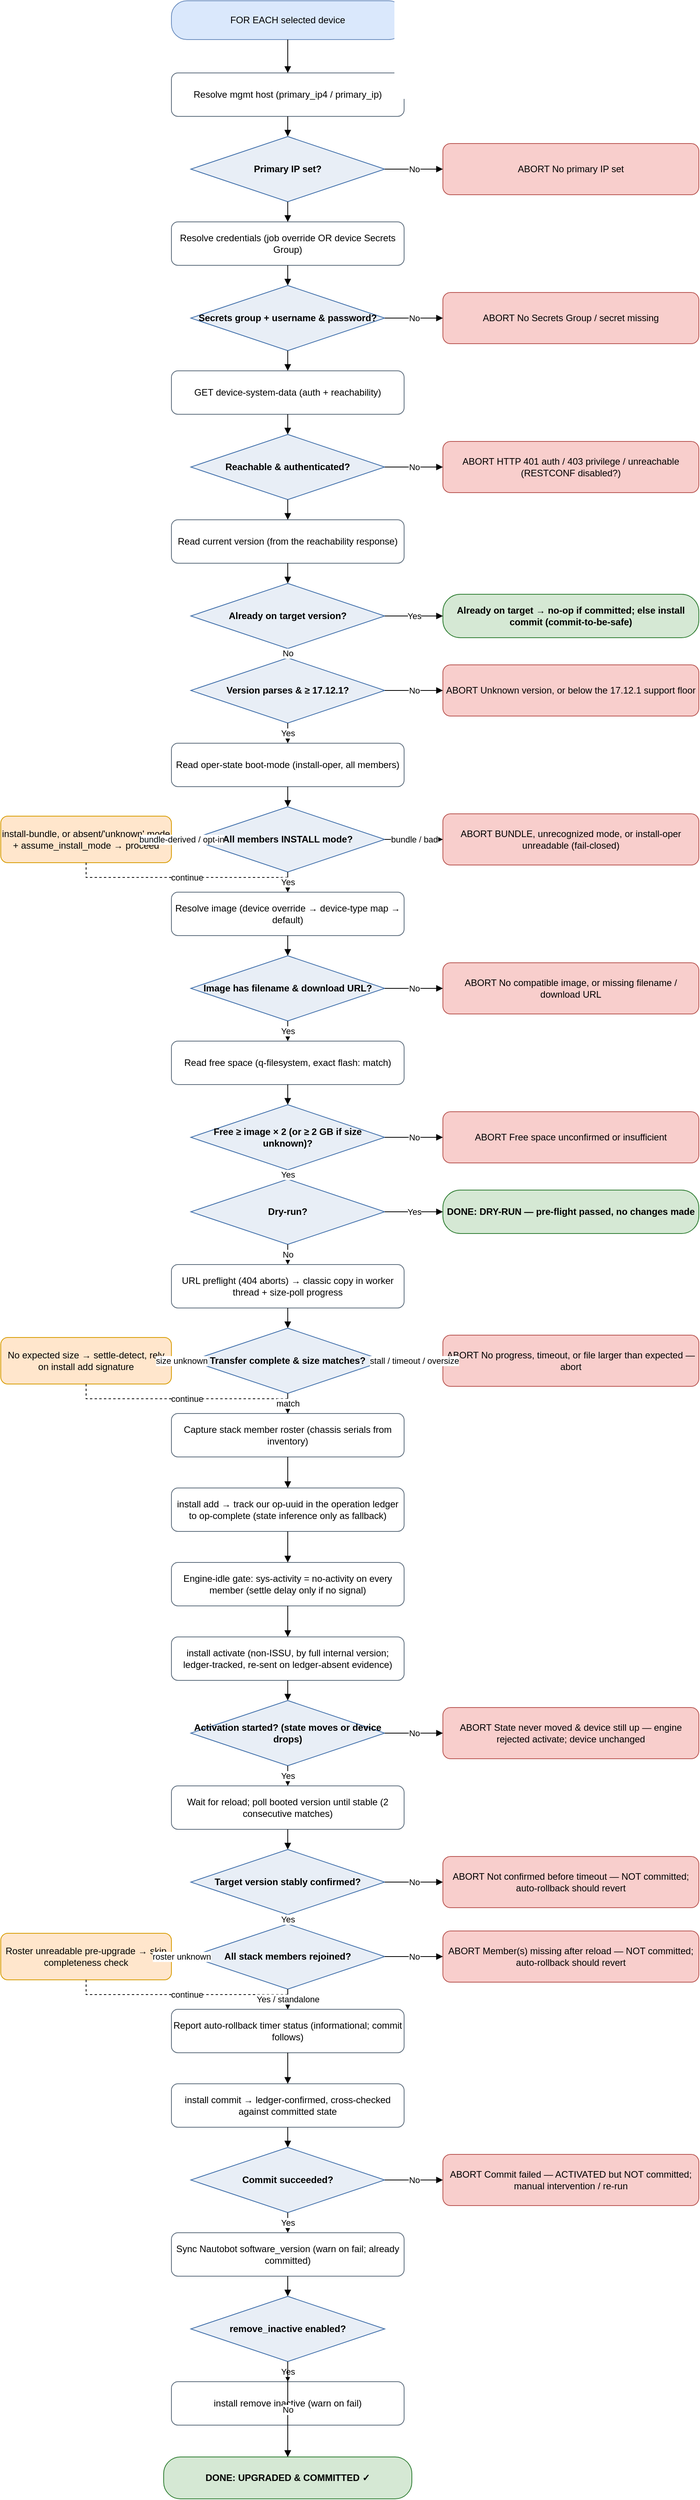
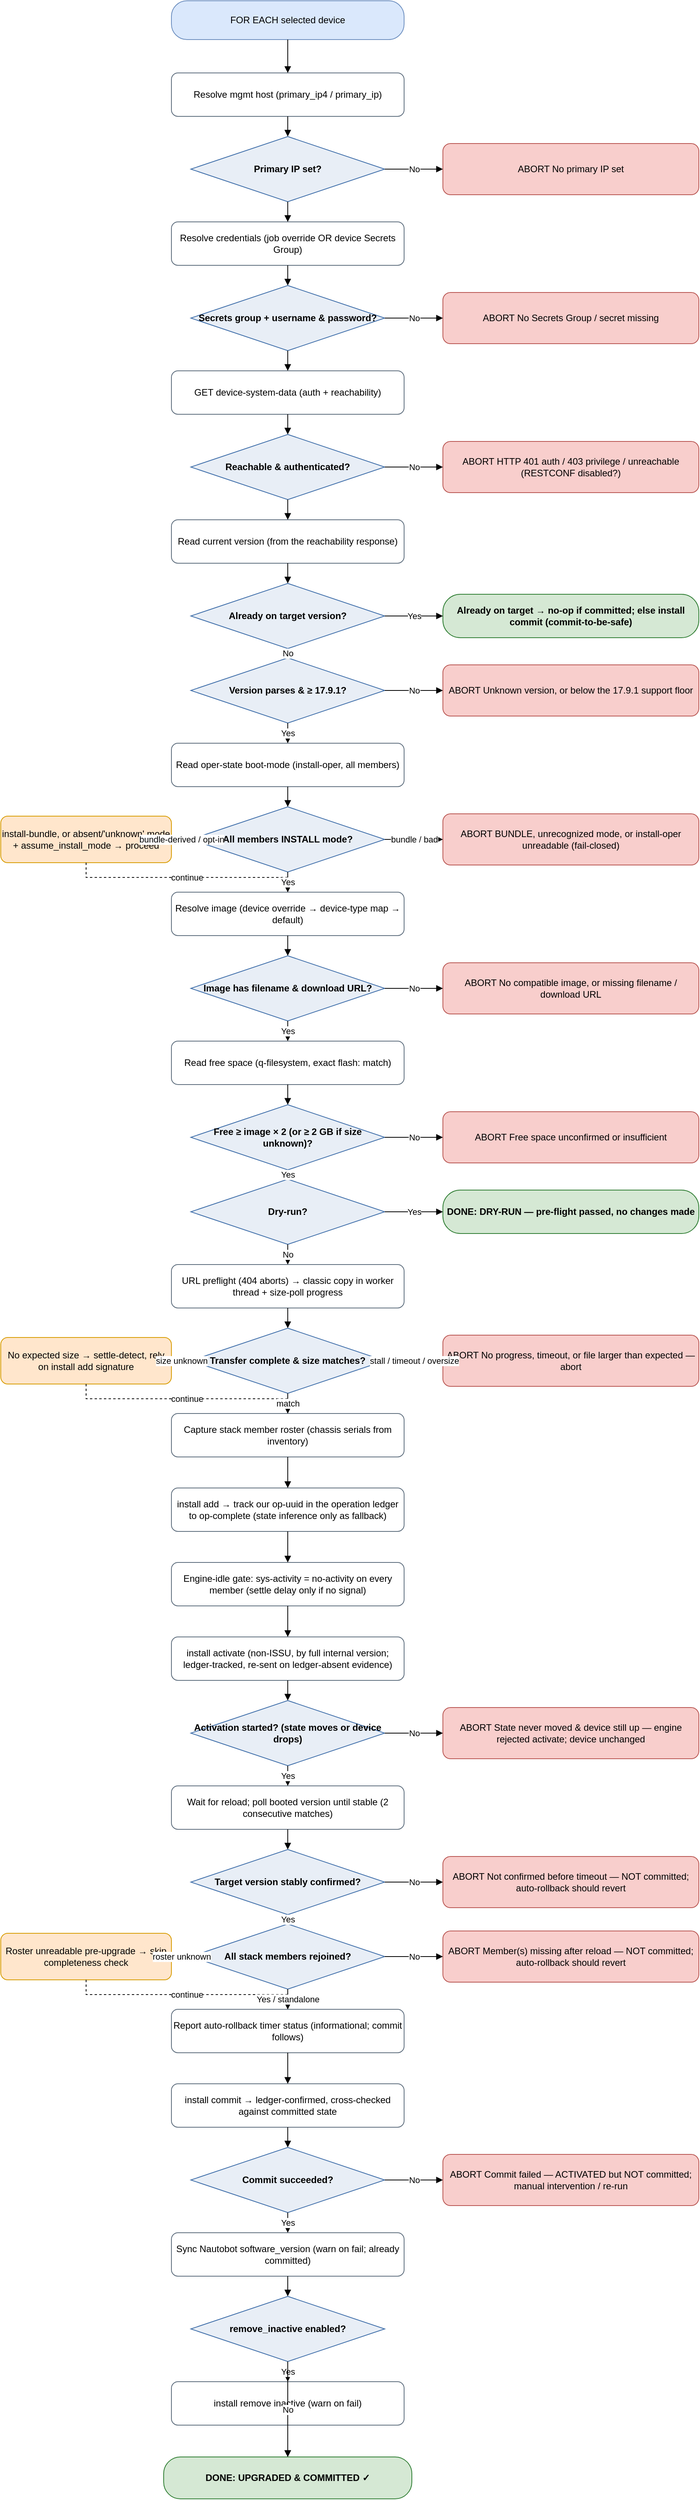
<mxfile host="app.diagrams.net" type="device">
  <diagram name="IOS-XE upgrade flow" id="iosxe-upgrade-flow">
    <mxGraphModel dx="1000" dy="2000" grid="1" gridSize="10" guides="1" tooltips="1"
        connect="1" arrows="1" fold="1" page="1" pageScale="1" math="0" shadow="0">
      <root>
        <mxCell id="0"/>
        <mxCell id="1" parent="0"/>
        <mxCell id="start" value="FOR EACH selected device" style="rounded=1;arcSize=40;whiteSpace=wrap;html=1;fillColor=#DAE8FC;strokeColor=#6C8EBF;" vertex="1" parent="1"><mxGeometry x="250" y="31" width="300" height="50" as="geometry"/></mxCell>
        <mxCell id="host" value="Resolve mgmt host&amp;#10;(primary_ip4 / primary_ip)" style="rounded=1;whiteSpace=wrap;html=1;fillColor=#FFFFFF;strokeColor=#5B6B7B;" vertex="1" parent="1"><mxGeometry x="250" y="124" width="300" height="56" as="geometry"/></mxCell>
        <mxCell id="d_ip" value="Primary IP set?" style="rhombus;whiteSpace=wrap;html=1;fillColor=#E8EEF6;strokeColor=#3C6CA8;fontStyle=1;" vertex="1" parent="1"><mxGeometry x="275" y="206" width="250" height="84" as="geometry"/></mxCell>
        <mxCell id="cred" value="Resolve credentials&amp;#10;(job override OR device Secrets Group)" style="rounded=1;whiteSpace=wrap;html=1;fillColor=#FFFFFF;strokeColor=#5B6B7B;" vertex="1" parent="1"><mxGeometry x="250" y="316" width="300" height="56" as="geometry"/></mxCell>
        <mxCell id="d_cred" value="Secrets group +&amp;#10;username &amp; password?" style="rhombus;whiteSpace=wrap;html=1;fillColor=#E8EEF6;strokeColor=#3C6CA8;fontStyle=1;" vertex="1" parent="1"><mxGeometry x="275" y="398" width="250" height="84" as="geometry"/></mxCell>
        <mxCell id="reach" value="GET device-system-data&amp;#10;(auth + reachability)" style="rounded=1;whiteSpace=wrap;html=1;fillColor=#FFFFFF;strokeColor=#5B6B7B;" vertex="1" parent="1"><mxGeometry x="250" y="508" width="300" height="56" as="geometry"/></mxCell>
        <mxCell id="d_reach" value="Reachable &amp;&amp;#10;authenticated?" style="rhombus;whiteSpace=wrap;html=1;fillColor=#E8EEF6;strokeColor=#3C6CA8;fontStyle=1;" vertex="1" parent="1"><mxGeometry x="275" y="590" width="250" height="84" as="geometry"/></mxCell>
        <mxCell id="curr" value="Read current version&amp;#10;(from the reachability response)" style="rounded=1;whiteSpace=wrap;html=1;fillColor=#FFFFFF;strokeColor=#5B6B7B;" vertex="1" parent="1"><mxGeometry x="250" y="700" width="300" height="56" as="geometry"/></mxCell>
        <mxCell id="d_target" value="Already on&amp;#10;target version?" style="rhombus;whiteSpace=wrap;html=1;fillColor=#E8EEF6;strokeColor=#3C6CA8;fontStyle=1;" vertex="1" parent="1"><mxGeometry x="275" y="782" width="250" height="84" as="geometry"/></mxCell>
-         <mxCell id="d_floor" value="Version parses&amp;#10;&amp; ≥ 17.12.1?" style="rhombus;whiteSpace=wrap;html=1;fillColor=#E8EEF6;strokeColor=#3C6CA8;fontStyle=1;" vertex="1" parent="1"><mxGeometry x="275" y="878" width="250" height="84" as="geometry"/></mxCell>
+         <mxCell id="d_floor" value="Version parses&amp;#10;&amp; ≥ 17.9.1?" style="rhombus;whiteSpace=wrap;html=1;fillColor=#E8EEF6;strokeColor=#3C6CA8;fontStyle=1;" vertex="1" parent="1"><mxGeometry x="275" y="878" width="250" height="84" as="geometry"/></mxCell>
        <mxCell id="mode" value="Read oper-state boot-mode&amp;#10;(install-oper, all members)" style="rounded=1;whiteSpace=wrap;html=1;fillColor=#FFFFFF;strokeColor=#5B6B7B;" vertex="1" parent="1"><mxGeometry x="250" y="988" width="300" height="56" as="geometry"/></mxCell>
        <mxCell id="d_mode" value="All members&amp;#10;INSTALL mode?" style="rhombus;whiteSpace=wrap;html=1;fillColor=#E8EEF6;strokeColor=#3C6CA8;fontStyle=1;" vertex="1" parent="1"><mxGeometry x="275" y="1070" width="250" height="84" as="geometry"/></mxCell>
        <mxCell id="img" value="Resolve image (device override →&amp;#10;device-type map → default)" style="rounded=1;whiteSpace=wrap;html=1;fillColor=#FFFFFF;strokeColor=#5B6B7B;" vertex="1" parent="1"><mxGeometry x="250" y="1180" width="300" height="56" as="geometry"/></mxCell>
        <mxCell id="d_img" value="Image has filename&amp;#10;&amp; download URL?" style="rhombus;whiteSpace=wrap;html=1;fillColor=#E8EEF6;strokeColor=#3C6CA8;fontStyle=1;" vertex="1" parent="1"><mxGeometry x="275" y="1262" width="250" height="84" as="geometry"/></mxCell>
        <mxCell id="space" value="Read free space&amp;#10;(q-filesystem, exact flash: match)" style="rounded=1;whiteSpace=wrap;html=1;fillColor=#FFFFFF;strokeColor=#5B6B7B;" vertex="1" parent="1"><mxGeometry x="250" y="1372" width="300" height="56" as="geometry"/></mxCell>
        <mxCell id="d_space" value="Free ≥ image × 2&amp;#10;(or ≥ 2 GB if size unknown)?" style="rhombus;whiteSpace=wrap;html=1;fillColor=#E8EEF6;strokeColor=#3C6CA8;fontStyle=1;" vertex="1" parent="1"><mxGeometry x="275" y="1454" width="250" height="84" as="geometry"/></mxCell>
        <mxCell id="d_dry" value="Dry-run?" style="rhombus;whiteSpace=wrap;html=1;fillColor=#E8EEF6;strokeColor=#3C6CA8;fontStyle=1;" vertex="1" parent="1"><mxGeometry x="275" y="1550" width="250" height="84" as="geometry"/></mxCell>
        <mxCell id="copy" value="URL preflight (404 aborts) → classic copy&amp;#10;in worker thread + size-poll progress" style="rounded=1;whiteSpace=wrap;html=1;fillColor=#FFFFFF;strokeColor=#5B6B7B;" vertex="1" parent="1"><mxGeometry x="250" y="1660" width="300" height="56" as="geometry"/></mxCell>
        <mxCell id="d_size" value="Transfer complete&amp;#10;&amp; size matches?" style="rhombus;whiteSpace=wrap;html=1;fillColor=#E8EEF6;strokeColor=#3C6CA8;fontStyle=1;" vertex="1" parent="1"><mxGeometry x="275" y="1742" width="250" height="84" as="geometry"/></mxCell>
        <mxCell id="roster" value="Capture stack member roster&amp;#10;(chassis serials from inventory)" style="rounded=1;whiteSpace=wrap;html=1;fillColor=#FFFFFF;strokeColor=#5B6B7B;" vertex="1" parent="1"><mxGeometry x="250" y="1852" width="300" height="56" as="geometry"/></mxCell>
        <mxCell id="add" value="install add → track our op-uuid in the&amp;#10;operation ledger to op-complete&amp;#10;(state inference only as fallback)" style="rounded=1;whiteSpace=wrap;html=1;fillColor=#FFFFFF;strokeColor=#5B6B7B;" vertex="1" parent="1"><mxGeometry x="250" y="1948" width="300" height="56" as="geometry"/></mxCell>
        <mxCell id="idle" value="Engine-idle gate: sys-activity =&amp;#10;no-activity on every member&amp;#10;(settle delay only if no signal)" style="rounded=1;whiteSpace=wrap;html=1;fillColor=#FFFFFF;strokeColor=#5B6B7B;" vertex="1" parent="1"><mxGeometry x="250" y="2044" width="300" height="56" as="geometry"/></mxCell>
        <mxCell id="act" value="install activate (non-ISSU, by full internal&amp;#10;version; ledger-tracked,&amp;#10;re-sent on ledger-absent evidence)" style="rounded=1;whiteSpace=wrap;html=1;fillColor=#FFFFFF;strokeColor=#5B6B7B;" vertex="1" parent="1"><mxGeometry x="250" y="2140" width="300" height="56" as="geometry"/></mxCell>
        <mxCell id="d_act" value="Activation started?&amp;#10;(state moves or device drops)" style="rhombus;whiteSpace=wrap;html=1;fillColor=#E8EEF6;strokeColor=#3C6CA8;fontStyle=1;" vertex="1" parent="1"><mxGeometry x="275" y="2222" width="250" height="84" as="geometry"/></mxCell>
        <mxCell id="waitc" value="Wait for reload; poll booted version&amp;#10;until stable (2 consecutive matches)" style="rounded=1;whiteSpace=wrap;html=1;fillColor=#FFFFFF;strokeColor=#5B6B7B;" vertex="1" parent="1"><mxGeometry x="250" y="2332" width="300" height="56" as="geometry"/></mxCell>
        <mxCell id="d_confirm" value="Target version&amp;#10;stably confirmed?" style="rhombus;whiteSpace=wrap;html=1;fillColor=#E8EEF6;strokeColor=#3C6CA8;fontStyle=1;" vertex="1" parent="1"><mxGeometry x="275" y="2414" width="250" height="84" as="geometry"/></mxCell>
        <mxCell id="d_members" value="All stack members&amp;#10;rejoined?" style="rhombus;whiteSpace=wrap;html=1;fillColor=#E8EEF6;strokeColor=#3C6CA8;fontStyle=1;" vertex="1" parent="1"><mxGeometry x="275" y="2510" width="250" height="84" as="geometry"/></mxCell>
        <mxCell id="rollbackchk" value="Report auto-rollback timer status&amp;#10;(informational; commit follows)" style="rounded=1;whiteSpace=wrap;html=1;fillColor=#FFFFFF;strokeColor=#5B6B7B;" vertex="1" parent="1"><mxGeometry x="250" y="2620" width="300" height="56" as="geometry"/></mxCell>
        <mxCell id="commit" value="install commit → ledger-confirmed,&amp;#10;cross-checked against committed state" style="rounded=1;whiteSpace=wrap;html=1;fillColor=#FFFFFF;strokeColor=#5B6B7B;" vertex="1" parent="1"><mxGeometry x="250" y="2716" width="300" height="56" as="geometry"/></mxCell>
        <mxCell id="d_commit" value="Commit&amp;#10;succeeded?" style="rhombus;whiteSpace=wrap;html=1;fillColor=#E8EEF6;strokeColor=#3C6CA8;fontStyle=1;" vertex="1" parent="1"><mxGeometry x="275" y="2798" width="250" height="84" as="geometry"/></mxCell>
        <mxCell id="sync" value="Sync Nautobot software_version&amp;#10;(warn on fail; already committed)" style="rounded=1;whiteSpace=wrap;html=1;fillColor=#FFFFFF;strokeColor=#5B6B7B;" vertex="1" parent="1"><mxGeometry x="250" y="2908" width="300" height="56" as="geometry"/></mxCell>
        <mxCell id="d_remove" value="remove_inactive&amp;#10;enabled?" style="rhombus;whiteSpace=wrap;html=1;fillColor=#E8EEF6;strokeColor=#3C6CA8;fontStyle=1;" vertex="1" parent="1"><mxGeometry x="275" y="2990" width="250" height="84" as="geometry"/></mxCell>
        <mxCell id="remove" value="install remove inactive&amp;#10;(warn on fail)" style="rounded=1;whiteSpace=wrap;html=1;fillColor=#FFFFFF;strokeColor=#5B6B7B;" vertex="1" parent="1"><mxGeometry x="250" y="3100" width="300" height="56" as="geometry"/></mxCell>
        <mxCell id="ok" value="DONE: UPGRADED &amp; COMMITTED ✓" style="rounded=1;arcSize=40;whiteSpace=wrap;html=1;fillColor=#D5E8D4;strokeColor=#2E7D32;fontStyle=1;" vertex="1" parent="1"><mxGeometry x="240" y="3197" width="320" height="54" as="geometry"/></mxCell>
        <mxCell id="d_ip_abort" value="ABORT&amp;#10;No primary IP set" style="rounded=1;whiteSpace=wrap;html=1;fillColor=#F8CECC;strokeColor=#B85450;" vertex="1" parent="1"><mxGeometry x="600" y="215" width="330" height="66" as="geometry"/></mxCell>
        <mxCell id="d_cred_abort" value="ABORT&amp;#10;No Secrets Group / secret missing" style="rounded=1;whiteSpace=wrap;html=1;fillColor=#F8CECC;strokeColor=#B85450;" vertex="1" parent="1"><mxGeometry x="600" y="407" width="330" height="66" as="geometry"/></mxCell>
        <mxCell id="d_reach_abort" value="ABORT&amp;#10;HTTP 401 auth / 403 privilege /&amp;#10;unreachable (RESTCONF disabled?)" style="rounded=1;whiteSpace=wrap;html=1;fillColor=#F8CECC;strokeColor=#B85450;" vertex="1" parent="1"><mxGeometry x="600" y="599" width="330" height="66" as="geometry"/></mxCell>
        <mxCell id="d_target_ok" value="Already on target → no-op if committed;&amp;#10;else install commit (commit-to-be-safe)" style="rounded=1;arcSize=40;whiteSpace=wrap;html=1;fillColor=#D5E8D4;strokeColor=#2E7D32;fontStyle=1;" vertex="1" parent="1"><mxGeometry x="600" y="796" width="330" height="56" as="geometry"/></mxCell>
-         <mxCell id="d_floor_abort" value="ABORT&amp;#10;Unknown version, or below the&amp;#10;17.12.1 support floor" style="rounded=1;whiteSpace=wrap;html=1;fillColor=#F8CECC;strokeColor=#B85450;" vertex="1" parent="1"><mxGeometry x="600" y="887" width="330" height="66" as="geometry"/></mxCell>
+         <mxCell id="d_floor_abort" value="ABORT&amp;#10;Unknown version, or below the&amp;#10;17.9.1 support floor" style="rounded=1;whiteSpace=wrap;html=1;fillColor=#F8CECC;strokeColor=#B85450;" vertex="1" parent="1"><mxGeometry x="600" y="887" width="330" height="66" as="geometry"/></mxCell>
        <mxCell id="d_mode_abort" value="ABORT&amp;#10;BUNDLE, unrecognized mode, or&amp;#10;install-oper unreadable (fail-closed)" style="rounded=1;whiteSpace=wrap;html=1;fillColor=#F8CECC;strokeColor=#B85450;" vertex="1" parent="1"><mxGeometry x="600" y="1079" width="330" height="66" as="geometry"/></mxCell>
        <mxCell id="d_mode_warn" value="install-bundle, or absent/&#x27;unknown&#x27;&amp;#10;mode + assume_install_mode → proceed" style="rounded=1;whiteSpace=wrap;html=1;fillColor=#FFE6CC;strokeColor=#D79B00;" vertex="1" parent="1"><mxGeometry x="30" y="1082" width="220" height="60" as="geometry"/></mxCell>
        <mxCell id="d_img_abort" value="ABORT&amp;#10;No compatible image, or missing&amp;#10;filename / download URL" style="rounded=1;whiteSpace=wrap;html=1;fillColor=#F8CECC;strokeColor=#B85450;" vertex="1" parent="1"><mxGeometry x="600" y="1271" width="330" height="66" as="geometry"/></mxCell>
        <mxCell id="d_space_abort" value="ABORT&amp;#10;Free space unconfirmed or&amp;#10;insufficient" style="rounded=1;whiteSpace=wrap;html=1;fillColor=#F8CECC;strokeColor=#B85450;" vertex="1" parent="1"><mxGeometry x="600" y="1463" width="330" height="66" as="geometry"/></mxCell>
        <mxCell id="d_dry_ok" value="DONE: DRY-RUN — pre-flight&amp;#10;passed, no changes made" style="rounded=1;arcSize=40;whiteSpace=wrap;html=1;fillColor=#D5E8D4;strokeColor=#2E7D32;fontStyle=1;" vertex="1" parent="1"><mxGeometry x="600" y="1564" width="330" height="56" as="geometry"/></mxCell>
        <mxCell id="d_size_abort" value="ABORT&amp;#10;No progress, timeout, or file&amp;#10;larger than expected — abort" style="rounded=1;whiteSpace=wrap;html=1;fillColor=#F8CECC;strokeColor=#B85450;" vertex="1" parent="1"><mxGeometry x="600" y="1751" width="330" height="66" as="geometry"/></mxCell>
        <mxCell id="d_size_warn" value="No expected size → settle-detect,&amp;#10;rely on install add signature" style="rounded=1;whiteSpace=wrap;html=1;fillColor=#FFE6CC;strokeColor=#D79B00;" vertex="1" parent="1"><mxGeometry x="30" y="1754" width="220" height="60" as="geometry"/></mxCell>
        <mxCell id="d_act_abort" value="ABORT&amp;#10;State never moved &amp; device still up —&amp;#10;engine rejected activate; device unchanged" style="rounded=1;whiteSpace=wrap;html=1;fillColor=#F8CECC;strokeColor=#B85450;" vertex="1" parent="1"><mxGeometry x="600" y="2231" width="330" height="66" as="geometry"/></mxCell>
        <mxCell id="d_confirm_abort" value="ABORT&amp;#10;Not confirmed before timeout — NOT&amp;#10;committed; auto-rollback should revert" style="rounded=1;whiteSpace=wrap;html=1;fillColor=#F8CECC;strokeColor=#B85450;" vertex="1" parent="1"><mxGeometry x="600" y="2423" width="330" height="66" as="geometry"/></mxCell>
        <mxCell id="d_members_abort" value="ABORT&amp;#10;Member(s) missing after reload — NOT&amp;#10;committed; auto-rollback should revert" style="rounded=1;whiteSpace=wrap;html=1;fillColor=#F8CECC;strokeColor=#B85450;" vertex="1" parent="1"><mxGeometry x="600" y="2519" width="330" height="66" as="geometry"/></mxCell>
        <mxCell id="d_members_warn" value="Roster unreadable pre-upgrade →&amp;#10;skip completeness check" style="rounded=1;whiteSpace=wrap;html=1;fillColor=#FFE6CC;strokeColor=#D79B00;" vertex="1" parent="1"><mxGeometry x="30" y="2522" width="220" height="60" as="geometry"/></mxCell>
        <mxCell id="d_commit_abort" value="ABORT&amp;#10;Commit failed — ACTIVATED but NOT&amp;#10;committed; manual intervention / re-run" style="rounded=1;whiteSpace=wrap;html=1;fillColor=#F8CECC;strokeColor=#B85450;" vertex="1" parent="1"><mxGeometry x="600" y="2807" width="330" height="66" as="geometry"/></mxCell>
        <mxCell id="e_d_ip_abort" value="No" style="edgeStyle=orthogonalEdgeStyle;rounded=0;html=1;endArrow=block;" edge="1" parent="1" source="d_ip" target="d_ip_abort"><mxGeometry relative="1" as="geometry"/></mxCell>
        <mxCell id="e_d_cred_abort" value="No" style="edgeStyle=orthogonalEdgeStyle;rounded=0;html=1;endArrow=block;" edge="1" parent="1" source="d_cred" target="d_cred_abort"><mxGeometry relative="1" as="geometry"/></mxCell>
        <mxCell id="e_d_reach_abort" value="No" style="edgeStyle=orthogonalEdgeStyle;rounded=0;html=1;endArrow=block;" edge="1" parent="1" source="d_reach" target="d_reach_abort"><mxGeometry relative="1" as="geometry"/></mxCell>
        <mxCell id="e_d_target_ok" value="Yes" style="edgeStyle=orthogonalEdgeStyle;rounded=0;html=1;endArrow=block;" edge="1" parent="1" source="d_target" target="d_target_ok"><mxGeometry relative="1" as="geometry"/></mxCell>
        <mxCell id="e_d_floor_abort" value="No" style="edgeStyle=orthogonalEdgeStyle;rounded=0;html=1;endArrow=block;" edge="1" parent="1" source="d_floor" target="d_floor_abort"><mxGeometry relative="1" as="geometry"/></mxCell>
        <mxCell id="e_d_mode_abort" value="bundle / bad" style="edgeStyle=orthogonalEdgeStyle;rounded=0;html=1;endArrow=block;" edge="1" parent="1" source="d_mode" target="d_mode_abort"><mxGeometry relative="1" as="geometry"/></mxCell>
        <mxCell id="e_d_mode_warn" value="bundle-derived /
opt-in" style="edgeStyle=orthogonalEdgeStyle;rounded=0;html=1;endArrow=block;" edge="1" parent="1" source="d_mode" target="d_mode_warn"><mxGeometry relative="1" as="geometry"/></mxCell>
        <mxCell id="e_d_mode_warn_join" value="continue" style="edgeStyle=orthogonalEdgeStyle;rounded=0;html=1;endArrow=block;dashed=1;" edge="1" parent="1" source="d_mode_warn" target="img"><mxGeometry relative="1" as="geometry"/></mxCell>
        <mxCell id="e_d_img_abort" value="No" style="edgeStyle=orthogonalEdgeStyle;rounded=0;html=1;endArrow=block;" edge="1" parent="1" source="d_img" target="d_img_abort"><mxGeometry relative="1" as="geometry"/></mxCell>
        <mxCell id="e_d_space_abort" value="No" style="edgeStyle=orthogonalEdgeStyle;rounded=0;html=1;endArrow=block;" edge="1" parent="1" source="d_space" target="d_space_abort"><mxGeometry relative="1" as="geometry"/></mxCell>
        <mxCell id="e_d_dry_ok" value="Yes" style="edgeStyle=orthogonalEdgeStyle;rounded=0;html=1;endArrow=block;" edge="1" parent="1" source="d_dry" target="d_dry_ok"><mxGeometry relative="1" as="geometry"/></mxCell>
        <mxCell id="e_d_size_abort" value="stall / timeout /
oversize" style="edgeStyle=orthogonalEdgeStyle;rounded=0;html=1;endArrow=block;" edge="1" parent="1" source="d_size" target="d_size_abort"><mxGeometry relative="1" as="geometry"/></mxCell>
        <mxCell id="e_d_size_warn" value="size unknown" style="edgeStyle=orthogonalEdgeStyle;rounded=0;html=1;endArrow=block;" edge="1" parent="1" source="d_size" target="d_size_warn"><mxGeometry relative="1" as="geometry"/></mxCell>
        <mxCell id="e_d_size_warn_join" value="continue" style="edgeStyle=orthogonalEdgeStyle;rounded=0;html=1;endArrow=block;dashed=1;" edge="1" parent="1" source="d_size_warn" target="roster"><mxGeometry relative="1" as="geometry"/></mxCell>
        <mxCell id="e_d_act_abort" value="No" style="edgeStyle=orthogonalEdgeStyle;rounded=0;html=1;endArrow=block;" edge="1" parent="1" source="d_act" target="d_act_abort"><mxGeometry relative="1" as="geometry"/></mxCell>
        <mxCell id="e_d_confirm_abort" value="No" style="edgeStyle=orthogonalEdgeStyle;rounded=0;html=1;endArrow=block;" edge="1" parent="1" source="d_confirm" target="d_confirm_abort"><mxGeometry relative="1" as="geometry"/></mxCell>
        <mxCell id="e_d_members_abort" value="No" style="edgeStyle=orthogonalEdgeStyle;rounded=0;html=1;endArrow=block;" edge="1" parent="1" source="d_members" target="d_members_abort"><mxGeometry relative="1" as="geometry"/></mxCell>
        <mxCell id="e_d_members_warn" value="roster unknown" style="edgeStyle=orthogonalEdgeStyle;rounded=0;html=1;endArrow=block;" edge="1" parent="1" source="d_members" target="d_members_warn"><mxGeometry relative="1" as="geometry"/></mxCell>
        <mxCell id="e_d_members_warn_join" value="continue" style="edgeStyle=orthogonalEdgeStyle;rounded=0;html=1;endArrow=block;dashed=1;" edge="1" parent="1" source="d_members_warn" target="rollbackchk"><mxGeometry relative="1" as="geometry"/></mxCell>
        <mxCell id="e_d_commit_abort" value="No" style="edgeStyle=orthogonalEdgeStyle;rounded=0;html=1;endArrow=block;" edge="1" parent="1" source="d_commit" target="d_commit_abort"><mxGeometry relative="1" as="geometry"/></mxCell>
        <mxCell id="e_start_host" value="" style="edgeStyle=orthogonalEdgeStyle;rounded=0;html=1;endArrow=block;" edge="1" parent="1" source="start" target="host"><mxGeometry relative="1" as="geometry"/></mxCell>
        <mxCell id="e_host_d_ip" value="" style="edgeStyle=orthogonalEdgeStyle;rounded=0;html=1;endArrow=block;" edge="1" parent="1" source="host" target="d_ip"><mxGeometry relative="1" as="geometry"/></mxCell>
        <mxCell id="e_d_ip_cred" value="" style="edgeStyle=orthogonalEdgeStyle;rounded=0;html=1;endArrow=block;" edge="1" parent="1" source="d_ip" target="cred"><mxGeometry relative="1" as="geometry"/></mxCell>
        <mxCell id="e_cred_d_cred" value="" style="edgeStyle=orthogonalEdgeStyle;rounded=0;html=1;endArrow=block;" edge="1" parent="1" source="cred" target="d_cred"><mxGeometry relative="1" as="geometry"/></mxCell>
        <mxCell id="e_d_cred_reach" value="" style="edgeStyle=orthogonalEdgeStyle;rounded=0;html=1;endArrow=block;" edge="1" parent="1" source="d_cred" target="reach"><mxGeometry relative="1" as="geometry"/></mxCell>
        <mxCell id="e_reach_d_reach" value="" style="edgeStyle=orthogonalEdgeStyle;rounded=0;html=1;endArrow=block;" edge="1" parent="1" source="reach" target="d_reach"><mxGeometry relative="1" as="geometry"/></mxCell>
        <mxCell id="e_d_reach_curr" value="" style="edgeStyle=orthogonalEdgeStyle;rounded=0;html=1;endArrow=block;" edge="1" parent="1" source="d_reach" target="curr"><mxGeometry relative="1" as="geometry"/></mxCell>
        <mxCell id="e_curr_d_target" value="" style="edgeStyle=orthogonalEdgeStyle;rounded=0;html=1;endArrow=block;" edge="1" parent="1" source="curr" target="d_target"><mxGeometry relative="1" as="geometry"/></mxCell>
        <mxCell id="e_d_target_d_floor" value="No" style="edgeStyle=orthogonalEdgeStyle;rounded=0;html=1;endArrow=block;" edge="1" parent="1" source="d_target" target="d_floor"><mxGeometry relative="1" as="geometry"/></mxCell>
        <mxCell id="e_d_floor_mode" value="Yes" style="edgeStyle=orthogonalEdgeStyle;rounded=0;html=1;endArrow=block;" edge="1" parent="1" source="d_floor" target="mode"><mxGeometry relative="1" as="geometry"/></mxCell>
        <mxCell id="e_mode_d_mode" value="" style="edgeStyle=orthogonalEdgeStyle;rounded=0;html=1;endArrow=block;" edge="1" parent="1" source="mode" target="d_mode"><mxGeometry relative="1" as="geometry"/></mxCell>
        <mxCell id="e_d_mode_img" value="Yes" style="edgeStyle=orthogonalEdgeStyle;rounded=0;html=1;endArrow=block;" edge="1" parent="1" source="d_mode" target="img"><mxGeometry relative="1" as="geometry"/></mxCell>
        <mxCell id="e_img_d_img" value="" style="edgeStyle=orthogonalEdgeStyle;rounded=0;html=1;endArrow=block;" edge="1" parent="1" source="img" target="d_img"><mxGeometry relative="1" as="geometry"/></mxCell>
        <mxCell id="e_d_img_space" value="Yes" style="edgeStyle=orthogonalEdgeStyle;rounded=0;html=1;endArrow=block;" edge="1" parent="1" source="d_img" target="space"><mxGeometry relative="1" as="geometry"/></mxCell>
        <mxCell id="e_space_d_space" value="" style="edgeStyle=orthogonalEdgeStyle;rounded=0;html=1;endArrow=block;" edge="1" parent="1" source="space" target="d_space"><mxGeometry relative="1" as="geometry"/></mxCell>
        <mxCell id="e_d_space_d_dry" value="Yes" style="edgeStyle=orthogonalEdgeStyle;rounded=0;html=1;endArrow=block;" edge="1" parent="1" source="d_space" target="d_dry"><mxGeometry relative="1" as="geometry"/></mxCell>
        <mxCell id="e_d_dry_copy" value="No" style="edgeStyle=orthogonalEdgeStyle;rounded=0;html=1;endArrow=block;" edge="1" parent="1" source="d_dry" target="copy"><mxGeometry relative="1" as="geometry"/></mxCell>
        <mxCell id="e_copy_d_size" value="" style="edgeStyle=orthogonalEdgeStyle;rounded=0;html=1;endArrow=block;" edge="1" parent="1" source="copy" target="d_size"><mxGeometry relative="1" as="geometry"/></mxCell>
        <mxCell id="e_d_size_roster" value="match" style="edgeStyle=orthogonalEdgeStyle;rounded=0;html=1;endArrow=block;" edge="1" parent="1" source="d_size" target="roster"><mxGeometry relative="1" as="geometry"/></mxCell>
        <mxCell id="e_roster_add" value="" style="edgeStyle=orthogonalEdgeStyle;rounded=0;html=1;endArrow=block;" edge="1" parent="1" source="roster" target="add"><mxGeometry relative="1" as="geometry"/></mxCell>
        <mxCell id="e_add_idle" value="" style="edgeStyle=orthogonalEdgeStyle;rounded=0;html=1;endArrow=block;" edge="1" parent="1" source="add" target="idle"><mxGeometry relative="1" as="geometry"/></mxCell>
        <mxCell id="e_idle_act" value="" style="edgeStyle=orthogonalEdgeStyle;rounded=0;html=1;endArrow=block;" edge="1" parent="1" source="idle" target="act"><mxGeometry relative="1" as="geometry"/></mxCell>
        <mxCell id="e_act_d_act" value="" style="edgeStyle=orthogonalEdgeStyle;rounded=0;html=1;endArrow=block;" edge="1" parent="1" source="act" target="d_act"><mxGeometry relative="1" as="geometry"/></mxCell>
        <mxCell id="e_d_act_waitc" value="Yes" style="edgeStyle=orthogonalEdgeStyle;rounded=0;html=1;endArrow=block;" edge="1" parent="1" source="d_act" target="waitc"><mxGeometry relative="1" as="geometry"/></mxCell>
        <mxCell id="e_waitc_d_confirm" value="" style="edgeStyle=orthogonalEdgeStyle;rounded=0;html=1;endArrow=block;" edge="1" parent="1" source="waitc" target="d_confirm"><mxGeometry relative="1" as="geometry"/></mxCell>
        <mxCell id="e_d_confirm_d_members" value="Yes" style="edgeStyle=orthogonalEdgeStyle;rounded=0;html=1;endArrow=block;" edge="1" parent="1" source="d_confirm" target="d_members"><mxGeometry relative="1" as="geometry"/></mxCell>
        <mxCell id="e_d_members_rollbackchk" value="Yes / standalone" style="edgeStyle=orthogonalEdgeStyle;rounded=0;html=1;endArrow=block;" edge="1" parent="1" source="d_members" target="rollbackchk"><mxGeometry relative="1" as="geometry"/></mxCell>
        <mxCell id="e_rollbackchk_commit" value="" style="edgeStyle=orthogonalEdgeStyle;rounded=0;html=1;endArrow=block;" edge="1" parent="1" source="rollbackchk" target="commit"><mxGeometry relative="1" as="geometry"/></mxCell>
        <mxCell id="e_commit_d_commit" value="" style="edgeStyle=orthogonalEdgeStyle;rounded=0;html=1;endArrow=block;" edge="1" parent="1" source="commit" target="d_commit"><mxGeometry relative="1" as="geometry"/></mxCell>
        <mxCell id="e_d_commit_sync" value="Yes" style="edgeStyle=orthogonalEdgeStyle;rounded=0;html=1;endArrow=block;" edge="1" parent="1" source="d_commit" target="sync"><mxGeometry relative="1" as="geometry"/></mxCell>
        <mxCell id="e_sync_d_remove" value="" style="edgeStyle=orthogonalEdgeStyle;rounded=0;html=1;endArrow=block;" edge="1" parent="1" source="sync" target="d_remove"><mxGeometry relative="1" as="geometry"/></mxCell>
        <mxCell id="e_remove_yes" value="Yes" style="edgeStyle=orthogonalEdgeStyle;rounded=0;html=1;endArrow=block;" edge="1" parent="1" source="d_remove" target="remove"><mxGeometry relative="1" as="geometry"/></mxCell>
        <mxCell id="e_remove_ok" value="" style="edgeStyle=orthogonalEdgeStyle;rounded=0;html=1;endArrow=block;" edge="1" parent="1" source="remove" target="ok"><mxGeometry relative="1" as="geometry"/></mxCell>
        <mxCell id="e_remove_no" value="No" style="edgeStyle=orthogonalEdgeStyle;rounded=0;html=1;endArrow=block;" edge="1" parent="1" source="d_remove" target="ok"><mxGeometry relative="1" as="geometry"/></mxCell>
      </root>
    </mxGraphModel>
  </diagram>
</mxfile>
